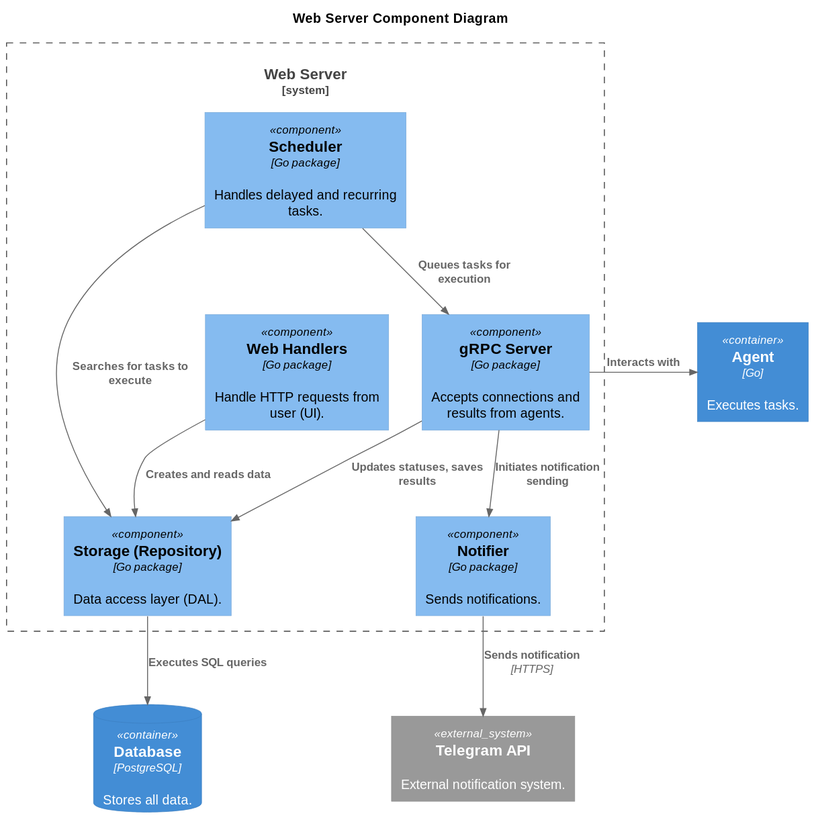
azheval/agents_management keeps this PlantUML diagram as docs/C4_Component.svg. Above is the earlier version. Its diagram source:
```plantuml
@startuml
!include https://raw.githubusercontent.com/plantuml-stdlib/C4-PlantUML/master/C4_Component.puml

title Web Server Component Diagram

ContainerDb(database, "Database", "PostgreSQL", "Stores all data.")
Container(agent, "Agent", "Go", "Executes tasks.")

System_Boundary(c1, "Web Server") {
    Component(web_handlers, "Web Handlers", "Go package", "Handle HTTP requests from user (UI).")
    Component(grpc_server, "gRPC Server", "Go package", "Accepts connections and results from agents.")
    Component(scheduler, "Scheduler", "Go package", "Handles delayed and recurring tasks.")
    Component(storage, "Storage (Repository)", "Go package", "Data access layer (DAL).")
    Component(notifier, "Notifier", "Go package", "Sends notifications.")
}

System_Ext(telegram, "Telegram API", "External notification system.")

Rel(web_handlers, storage, "Creates and reads data")
Rel(grpc_server, storage, "Updates statuses, saves results")
Rel(scheduler, storage, "Searches for tasks to execute")

Rel(scheduler, grpc_server, "Queues tasks for execution")

Rel(storage, database, "Executes SQL queries")

Rel_Neighbor(grpc_server, agent, "Interacts with")

Rel(grpc_server, notifier, "Initiates notification sending")
Rel(notifier, telegram, "Sends notification", "HTTPS")
@enduml
```
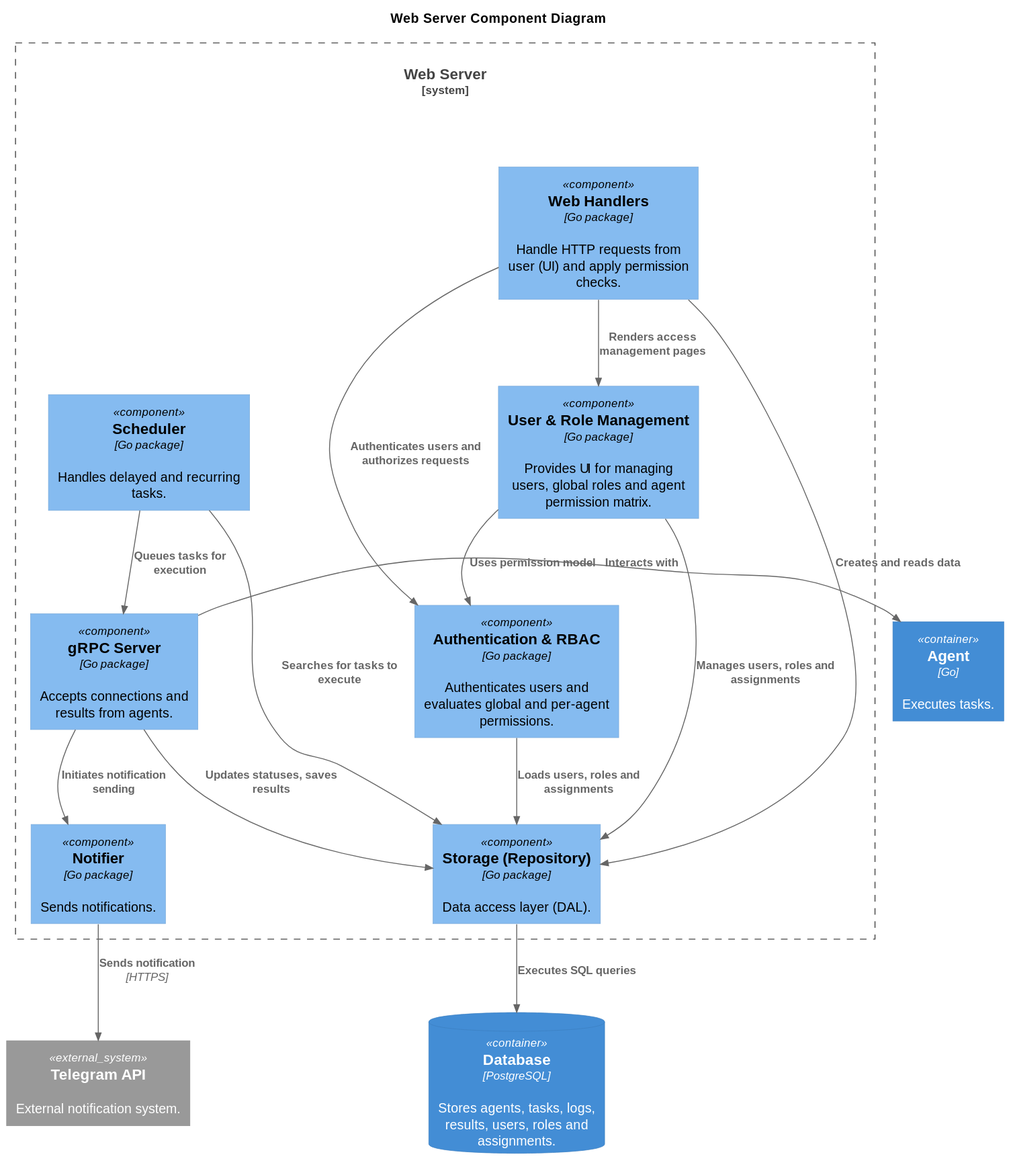
The same file after the commit.

Diff of the diagram source:
```diff
@@ -3,11 +3,13 @@
 
 title Web Server Component Diagram
 
-ContainerDb(database, "Database", "PostgreSQL", "Stores all data.")
+ContainerDb(database, "Database", "PostgreSQL", "Stores agents, tasks, logs, results, users, roles and assignments.")
 Container(agent, "Agent", "Go", "Executes tasks.")
 
 System_Boundary(c1, "Web Server") {
-    Component(web_handlers, "Web Handlers", "Go package", "Handle HTTP requests from user (UI).")
+    Component(web_handlers, "Web Handlers", "Go package", "Handle HTTP requests from user (UI) and apply permission checks.")
+    Component(auth_rbac, "Authentication & RBAC", "Go package", "Authenticates users and evaluates global and per-agent permissions.")
+    Component(access_ui, "User & Role Management", "Go package", "Provides UI for managing users, global roles and agent permission matrix.")
     Component(grpc_server, "gRPC Server", "Go package", "Accepts connections and results from agents.")
     Component(scheduler, "Scheduler", "Go package", "Handles delayed and recurring tasks.")
     Component(storage, "Storage (Repository)", "Go package", "Data access layer (DAL).")
@@ -16,7 +18,12 @@
 
 System_Ext(telegram, "Telegram API", "External notification system.")
 
+Rel(web_handlers, auth_rbac, "Authenticates users and authorizes requests")
+Rel(web_handlers, access_ui, "Renders access management pages")
 Rel(web_handlers, storage, "Creates and reads data")
+Rel(access_ui, auth_rbac, "Uses permission model")
+Rel(access_ui, storage, "Manages users, roles and assignments")
+Rel(auth_rbac, storage, "Loads users, roles and assignments")
 Rel(grpc_server, storage, "Updates statuses, saves results")
 Rel(scheduler, storage, "Searches for tasks to execute")
 
```
